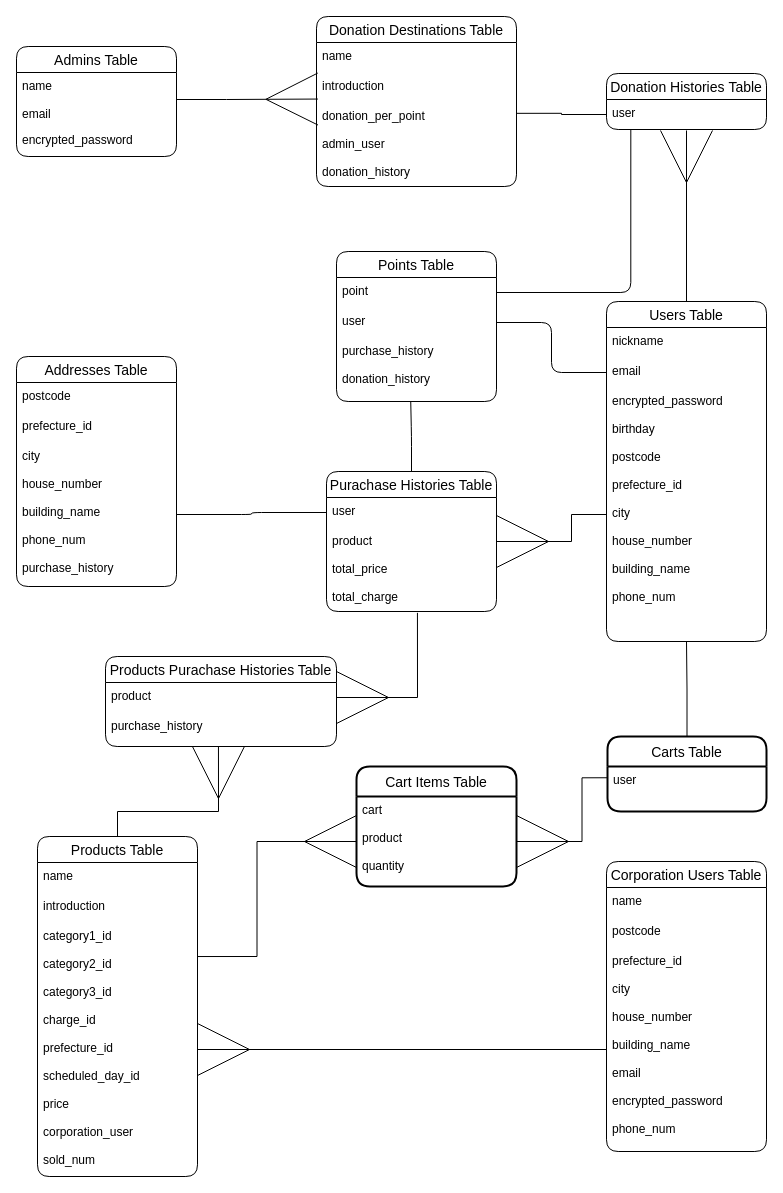
The draw.io diagram sc.dio in nishipee/sc_app, before the edit. Source tidied: cells renumbered, new cells numbered last; positions are measured from the earlier drawing's top-left corner, leaving out a move shared by most shapes. Both pictures are drawn from the tidied source at 100%, with x=0, y=0 at pixel (16, 16).
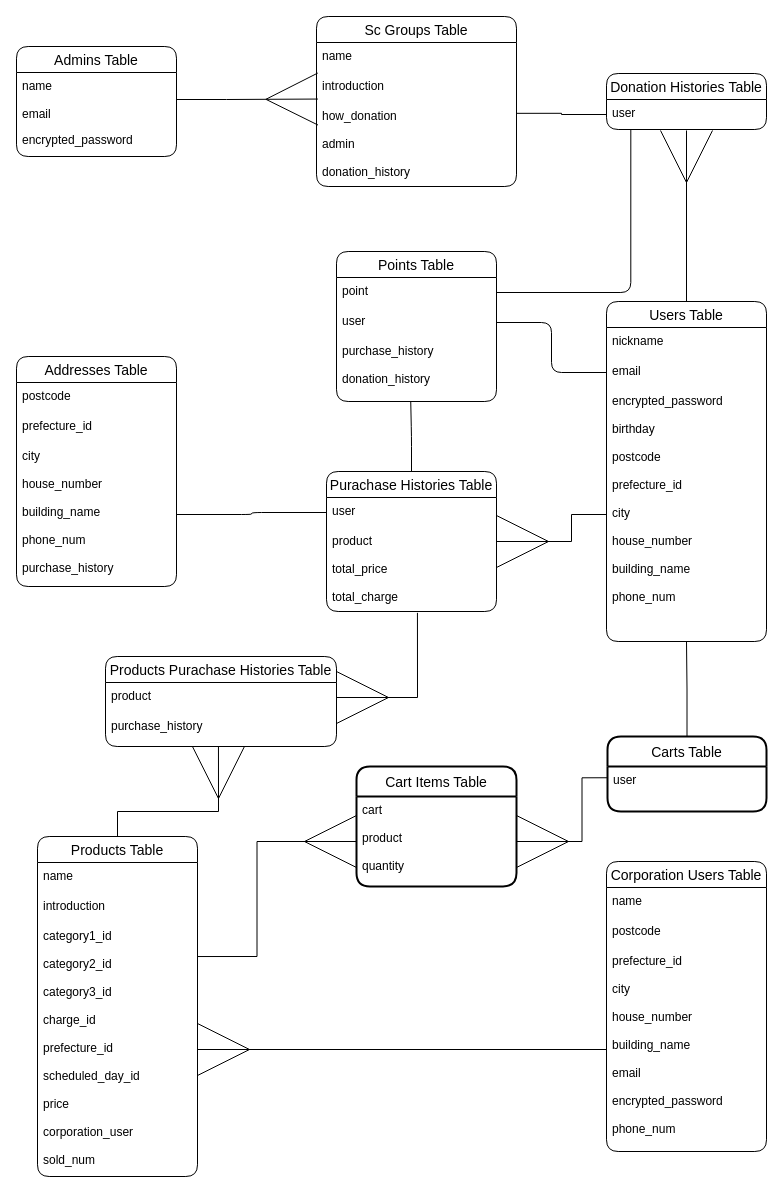
The same page after the edit.

What changed in the source:
```diff
@@
-    <mxCell id="31" value="Donation Destinations Table" style="swimlane;fontStyle=0;horizontal=1;startSize=26;align=center;fontSize=14;rounded=1;" parent="1" vertex="1">
+    <mxCell id="31" value="Sc Groups Table" style="swimlane;fontStyle=0;horizontal=1;startSize=26;align=center;fontSize=14;rounded=1;" parent="1" vertex="1">
       <mxGeometry x="300" width="200" height="170" as="geometry" />
     </mxCell>
@@
-    <mxCell id="34" value="donation_per_point&#10;&#10;admin_user&#10;&#10;donation_history" style="text;strokeColor=none;fillColor=none;spacingLeft=4;spacingRight=4;overflow=hidden;points=[[0,0.5],[1,0.5]];portConstraint=eastwest;fontSize=12;" parent="31" vertex="1">
+    <mxCell id="34" value="how_donation&#10;&#10;admin&#10;&#10;donation_history" style="text;strokeColor=none;fillColor=none;spacingLeft=4;spacingRight=4;overflow=hidden;points=[[0,0.5],[1,0.5]];portConstraint=eastwest;fontSize=12;" parent="31" vertex="1">
       <mxGeometry y="86" width="200" height="84" as="geometry" />
     </mxCell>
```
